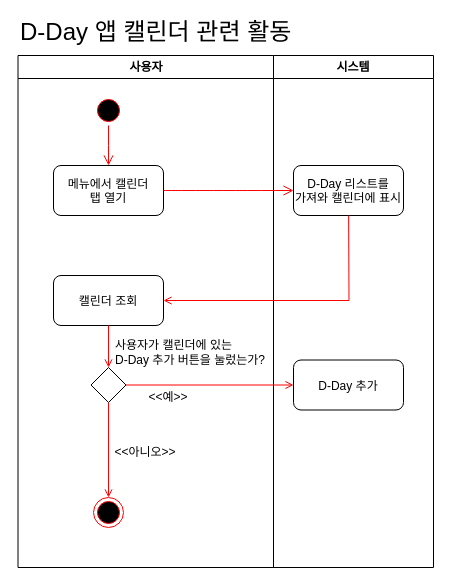
The draw.io diagram activity diagrams - calender.drawio in baechuTree/softwareEngineering, before the edit. Source tidied: cells renumbered, new cells numbered last; positions are measured from the earlier drawing's top-left corner, leaving out a move shared by most shapes. Both pictures are drawn from the tidied source at 100%, with x=0, y=0 at pixel (17, 17).
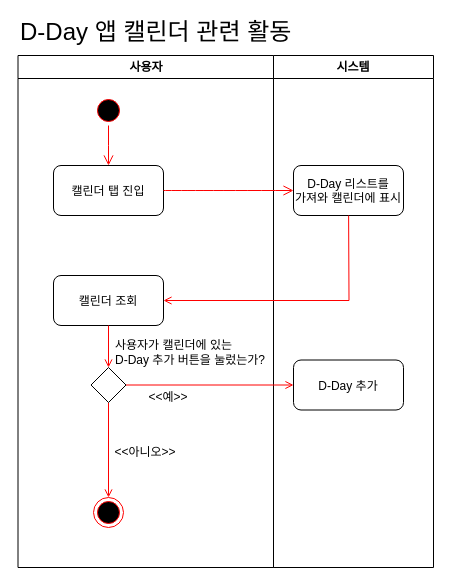
After the change.

Unchanged cells that the change refers to:
```xml
<mxCell id="2" value="사용자" style="swimlane;whiteSpace=wrap;startSize=23;" parent="1" vertex="1">
  <mxGeometry x="0.5" y="38" width="255.5" height="512" as="geometry" />
</mxCell>
```

Change to the diagram source:
```diff
@@
-    <mxCell id="7" value="메뉴에서 캘린더&#10;탭 열기" style="rounded=1;" parent="2" vertex="1">
+    <mxCell id="7" value="캘린더 탭 진입" style="rounded=1;" parent="2" vertex="1">
       <mxGeometry x="35.5" y="110" width="110" height="50" as="geometry" />
     </mxCell>
```
